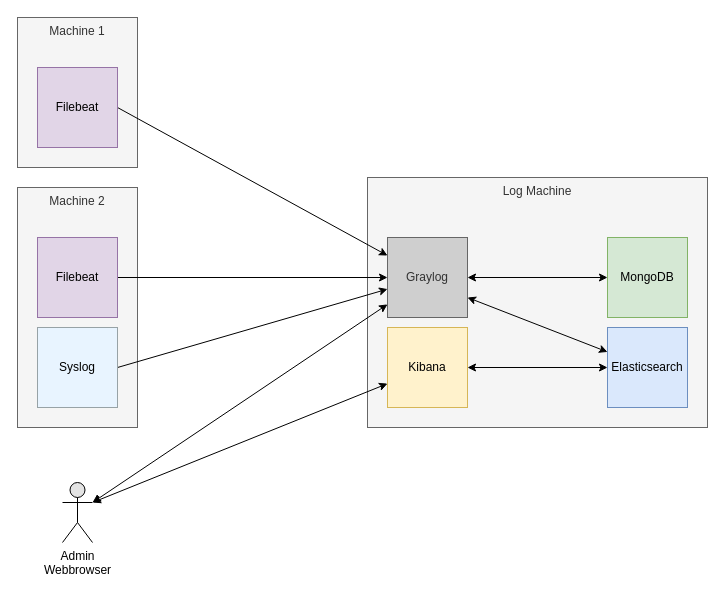
The draw.io diagram diagrams/central-logging-components.drawio in soerenmetje/docker-graylog, before the edit. Source tidied: cells renumbered, new cells numbered last; positions are measured from the earlier drawing's top-left corner, leaving out a move shared by most shapes. Both pictures are drawn from the tidied source at 100%, with x=0, y=0 at pixel (17, 17).
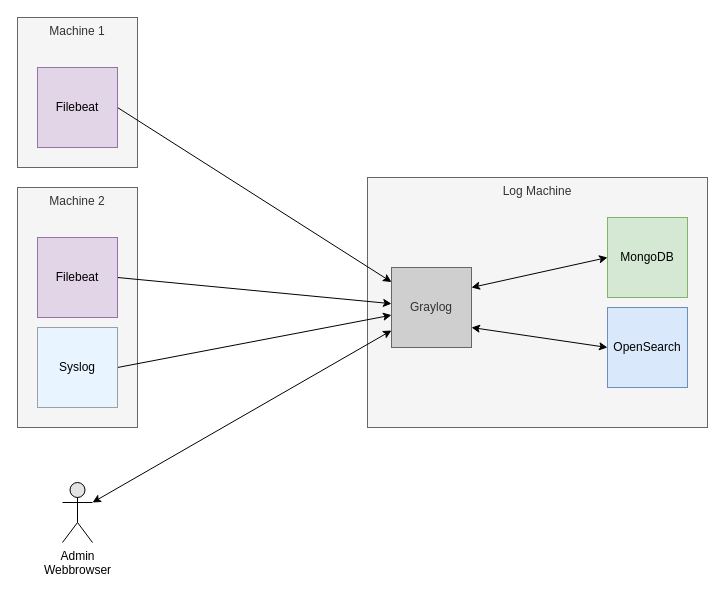
After the change.

The change refers to these unchanged cells:
```xml
<mxCell id="18" value="&lt;div&gt;Admin&lt;/div&gt;Webbrowser" style="shape=umlActor;verticalLabelPosition=bottom;verticalAlign=top;html=1;outlineConnect=0;fillColor=#E3E3E3;" parent="1" vertex="1">
  <mxGeometry x="45" y="465" width="30" height="60" as="geometry" />
</mxCell>
```

Diff of the diagram source:
```diff
@@
-    <mxCell id="6" value="Elasticsearch" style="rounded=0;whiteSpace=wrap;html=1;fillColor=#dae8fc;strokeColor=#6c8ebf;" parent="1" vertex="1">
-      <mxGeometry x="590" y="310" width="80" height="80" as="geometry" />
+    <mxCell id="6" value="OpenSearch" style="rounded=0;whiteSpace=wrap;html=1;fillColor=#dae8fc;strokeColor=#6c8ebf;" parent="1" vertex="1">
+      <mxGeometry x="590" y="290" width="80" height="80" as="geometry" />
     </mxCell>
-    <mxCell id="7" style="rounded=0;jettySize=auto;html=1;exitX=1;exitY=0.75;exitDx=0;exitDy=0;endArrow=classic;endFill=1;startArrow=classic;startFill=1;" parent="1" edge="1" source="9" target="6">
+    <mxCell id="7" style="rounded=0;jettySize=auto;html=1;exitX=1;exitY=0.75;exitDx=0;exitDy=0;endArrow=classic;endFill=1;startArrow=classic;startFill=1;entryX=0;entryY=0.5;entryDx=0;entryDy=0;" parent="1" edge="1" source="9" target="6">
       <mxGeometry relative="1" as="geometry" />
     </mxCell>
-    <mxCell id="8" style="edgeStyle=orthogonalEdgeStyle;rounded=0;jettySize=auto;html=1;exitX=1;exitY=0.5;exitDx=0;exitDy=0;entryX=0;entryY=0.5;entryDx=0;entryDy=0;endArrow=classic;endFill=1;startArrow=classic;startFill=1;" parent="1" edge="1" source="9" target="12">
-      <mxGeometry relative="1" as="geometry" />
-    </mxCell>
     <mxCell id="9" value="&lt;div&gt;Graylog&lt;/div&gt;" style="rounded=0;whiteSpace=wrap;html=1;fillColor=#CFCFCF;strokeColor=#666666;fontColor=#333333;" parent="1" vertex="1">
-      <mxGeometry x="370" y="220" width="80" height="80" as="geometry" />
+      <mxGeometry x="374" y="250" width="80" height="80" as="geometry" />
     </mxCell>
-    <mxCell id="10" style="edgeStyle=orthogonalEdgeStyle;rounded=0;jettySize=auto;html=1;exitX=1;exitY=0.5;exitDx=0;exitDy=0;endArrow=classic;endFill=1;startArrow=classic;startFill=1;" parent="1" edge="1" source="11" target="6">
-      <mxGeometry relative="1" as="geometry" />
-    </mxCell>
-    <mxCell id="11" value="&lt;div&gt;Kibana&lt;/div&gt;" style="rounded=0;whiteSpace=wrap;html=1;fillColor=#fff2cc;strokeColor=#d6b656;" parent="1" vertex="1">
-      <mxGeometry x="370" y="310" width="80" height="80" as="geometry" />
-    </mxCell>
     <mxCell id="12" value="MongoDB" style="rounded=0;whiteSpace=wrap;html=1;fillColor=#d5e8d4;strokeColor=#82b366;" parent="1" vertex="1">
-      <mxGeometry x="590" y="220" width="80" height="80" as="geometry" />
+      <mxGeometry x="590" y="200" width="80" height="80" as="geometry" />
     </mxCell>
@@
-    <mxCell id="17" style="edgeStyle=none;rounded=0;jettySize=auto;html=1;exitX=1;exitY=0.3333333333333333;exitDx=0;exitDy=0;exitPerimeter=0;startArrow=classic;startFill=1;endArrow=classic;endFill=1;" parent="1" edge="1" source="18" target="11">
-      <mxGeometry relative="1" as="geometry" />
-    </mxCell>
@@
+    <mxCell id="8" style="rounded=0;jettySize=auto;html=1;exitX=1;exitY=0.25;exitDx=0;exitDy=0;endArrow=classic;endFill=1;startArrow=classic;startFill=1;entryX=0;entryY=0.5;entryDx=0;entryDy=0;" parent="1" edge="1" source="9" target="12">
+      <mxGeometry relative="1" as="geometry" />
+    </mxCell>
```
